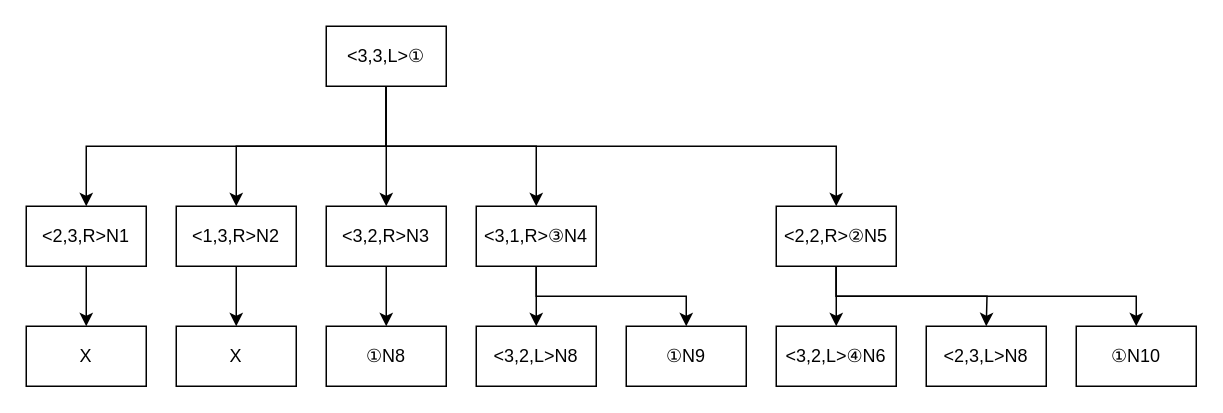
Before: ninchiMCproblemTree.drawio in shgnaka/PokemonZA, a draw.io diagram. Source tidied: cells renumbered, new cells numbered last; positions are measured from the earlier drawing's top-left corner, leaving out a move shared by most shapes. Both pictures are drawn from the tidied source at 150%, with x=0, y=0 at pixel (26, 26).
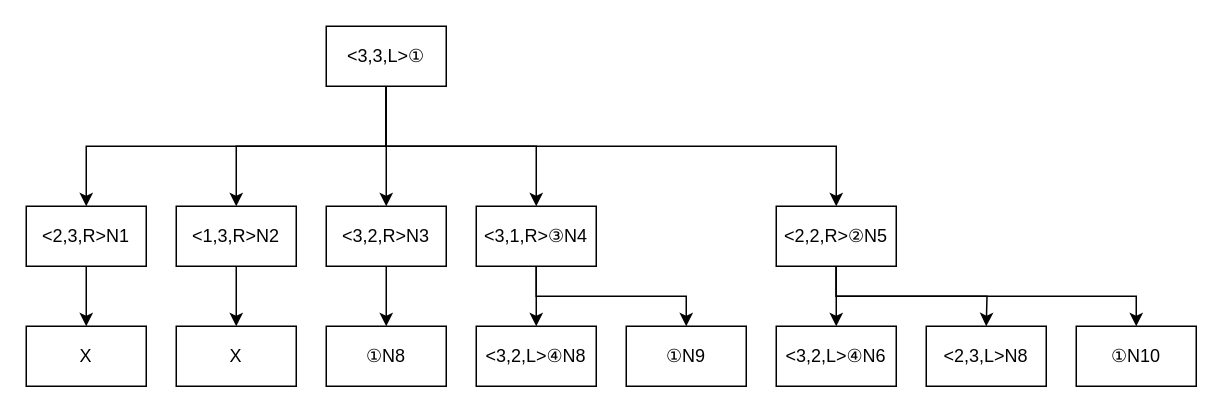
The same diagram, later.

Change to the diagram source:
```diff
@@
-    <mxCell id="23" value="&amp;lt;3,2,L&amp;gt;N8" style="whiteSpace=wrap;html=1;" parent="1" vertex="1">
+    <mxCell id="23" value="&amp;lt;3,2,L&amp;gt;④N8" style="whiteSpace=wrap;html=1;" parent="1" vertex="1">
       <mxGeometry x="300" y="200" width="80" height="40" as="geometry" />
     </mxCell>
```
